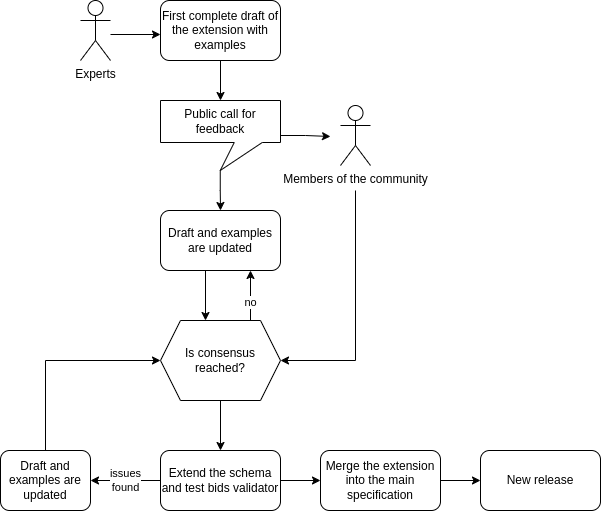
Earlier version of the draw.io export docs/assets/img/bep_process.png (bids-standard/bids-extensions). Source tidied: cells renumbered, new cells last; positions are measured from the earlier drawing's top-left corner, leaving out a move shared by most shapes. Source of this version:
```xml
<mxGraphModel>
  <root>
    <mxCell id="0" />
    <mxCell id="1" parent="0" />
    <mxCell id="2" value="Experts" style="shape=umlActor;verticalLabelPosition=bottom;verticalAlign=top;html=1;" parent="1" vertex="1">
      <mxGeometry x="80" width="30" height="60" as="geometry" />
    </mxCell>
    <mxCell id="3" style="edgeStyle=orthogonalEdgeStyle;rounded=0;jettySize=auto;html=1;exitX=0.5;exitY=1;exitDx=0;exitDy=0;" parent="1" edge="1" source="4" target="7">
      <mxGeometry relative="1" as="geometry" />
    </mxCell>
    <mxCell id="4" value="First complete draft of the extension with examples" style="rounded=1;whiteSpace=wrap;html=1;" parent="1" vertex="1">
      <mxGeometry x="160" width="120" height="60" as="geometry" />
    </mxCell>
    <mxCell id="5" style="edgeStyle=orthogonalEdgeStyle;rounded=0;jettySize=auto;html=1;" parent="1" edge="1" source="7">
      <mxGeometry relative="1" as="geometry">
        <mxPoint x="330" y="135" as="targetPoint" />
        <Array as="points">
          <mxPoint x="305" y="135" />
          <mxPoint x="330" y="136" />
        </Array>
      </mxGeometry>
    </mxCell>
    <mxCell id="6" style="edgeStyle=orthogonalEdgeStyle;rounded=0;jettySize=auto;html=1;exitX=0;exitY=0;exitDx=59.75;exitDy=70;exitPerimeter=0;entryX=0.5;entryY=0;entryDx=0;entryDy=0;" parent="1" edge="1" source="7" target="13">
      <mxGeometry relative="1" as="geometry" />
    </mxCell>
    <mxCell id="7" value="Public call for feedback" style="whiteSpace=wrap;html=1;shape=mxgraph.basic.rectCallout;dx=87.75;dy=28;boundedLbl=1;" parent="1" vertex="1">
      <mxGeometry x="160" y="100" width="120" height="70" as="geometry" />
    </mxCell>
    <mxCell id="8" style="edgeStyle=orthogonalEdgeStyle;rounded=0;jettySize=auto;html=1;entryX=1;entryY=0.5;entryDx=0;entryDy=0;" parent="1" edge="1" target="15">
      <mxGeometry relative="1" as="geometry">
        <mxPoint x="355" y="190" as="sourcePoint" />
        <Array as="points">
          <mxPoint x="355" y="360" />
        </Array>
      </mxGeometry>
    </mxCell>
    <mxCell id="9" value="Members of the community" style="shape=umlActor;verticalLabelPosition=bottom;verticalAlign=top;html=1;" parent="1" vertex="1">
      <mxGeometry x="340" y="105" width="30" height="60" as="geometry" />
    </mxCell>
    <mxCell id="10" style="endArrow=classic;html=1;rounded=0;" parent="1" edge="1">
      <mxGeometry relative="1" as="geometry">
        <mxPoint x="110" y="34" as="sourcePoint" />
        <mxPoint x="160" y="34" as="targetPoint" />
      </mxGeometry>
    </mxCell>
    <mxCell id="11" style="edgeStyle=orthogonalEdgeStyle;rounded=0;jettySize=auto;html=1;exitX=0.25;exitY=1;exitDx=0;exitDy=0;entryX=0.375;entryY=0;entryDx=0;entryDy=0;" parent="1" edge="1" source="13" target="15">
      <mxGeometry relative="1" as="geometry">
        <Array as="points">
          <mxPoint x="205" y="250" />
        </Array>
      </mxGeometry>
    </mxCell>
    <mxCell id="12" value="no" style="edgeStyle=orthogonalEdgeStyle;rounded=0;jettySize=auto;html=1;exitX=0.625;exitY=0;exitDx=0;exitDy=0;entryX=0.75;entryY=1;entryDx=0;entryDy=0;" parent="1" edge="1" source="15" target="13">
      <mxGeometry relative="1" as="geometry">
        <Array as="points">
          <mxPoint x="250" y="320" />
        </Array>
      </mxGeometry>
    </mxCell>
    <mxCell id="13" value="Draft and examples are updated" style="rounded=1;whiteSpace=wrap;html=1;" parent="1" vertex="1">
      <mxGeometry x="160" y="210" width="120" height="60" as="geometry" />
    </mxCell>
    <mxCell id="14" style="edgeStyle=orthogonalEdgeStyle;rounded=0;jettySize=auto;html=1;exitX=0.5;exitY=1;exitDx=0;exitDy=0;entryX=0.5;entryY=0;entryDx=0;entryDy=0;" parent="1" edge="1" source="15" target="18">
      <mxGeometry relative="1" as="geometry" />
    </mxCell>
    <mxCell id="15" value="Is consensus reached?" style="shape=hexagon;perimeter=hexagonPerimeter2;whiteSpace=wrap;html=1;fixedSize=1;" parent="1" vertex="1">
      <mxGeometry x="160" y="320" width="120" height="80" as="geometry" />
    </mxCell>
    <mxCell id="16" style="edgeStyle=orthogonalEdgeStyle;rounded=0;jettySize=auto;html=1;" parent="1" edge="1" source="18" target="22">
      <mxGeometry relative="1" as="geometry" />
    </mxCell>
    <mxCell id="17" value="issues&lt;br&gt;found" style="edgeStyle=orthogonalEdgeStyle;rounded=0;jettySize=auto;html=1;exitX=0;exitY=0.5;exitDx=0;exitDy=0;entryX=1;entryY=0.5;entryDx=0;entryDy=0;" parent="1" edge="1" source="18" target="20">
      <mxGeometry relative="1" as="geometry" />
    </mxCell>
    <mxCell id="18" value="Extend the schema and test bids validator" style="rounded=1;whiteSpace=wrap;html=1;" parent="1" vertex="1">
      <mxGeometry x="160" y="450" width="120" height="60" as="geometry" />
    </mxCell>
    <mxCell id="19" style="edgeStyle=orthogonalEdgeStyle;rounded=0;jettySize=auto;html=1;exitX=0.5;exitY=0;exitDx=0;exitDy=0;entryX=0;entryY=0.5;entryDx=0;entryDy=0;" parent="1" edge="1" source="20" target="15">
      <mxGeometry relative="1" as="geometry" />
    </mxCell>
    <mxCell id="20" value="Draft and examples are updated" style="rounded=1;whiteSpace=wrap;html=1;" parent="1" vertex="1">
      <mxGeometry y="450" width="90" height="60" as="geometry" />
    </mxCell>
    <mxCell id="21" style="edgeStyle=orthogonalEdgeStyle;rounded=0;jettySize=auto;html=1;exitX=1;exitY=0.5;exitDx=0;exitDy=0;entryX=0;entryY=0.5;entryDx=0;entryDy=0;" parent="1" edge="1" source="22" target="23">
      <mxGeometry relative="1" as="geometry" />
    </mxCell>
    <mxCell id="22" value="Merge the extension into the main specification" style="rounded=1;whiteSpace=wrap;html=1;" parent="1" vertex="1">
      <mxGeometry x="320" y="450" width="120" height="60" as="geometry" />
    </mxCell>
    <mxCell id="23" value="New release" style="rounded=1;whiteSpace=wrap;html=1;" parent="1" vertex="1">
      <mxGeometry x="480" y="450" width="120" height="60" as="geometry" />
    </mxCell>
  </root>
</mxGraphModel>
```
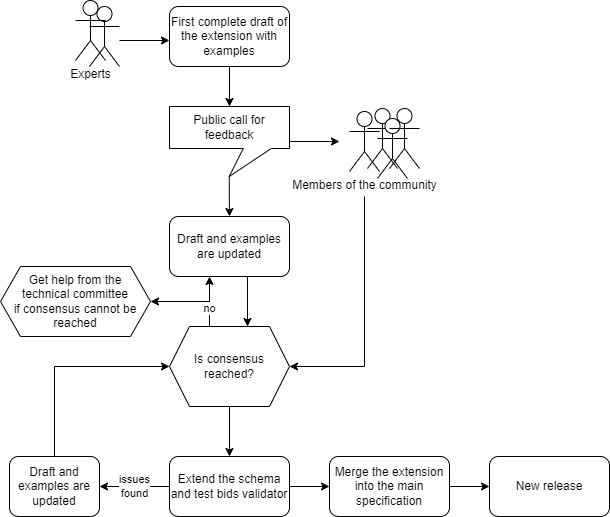
Later version of the same file.

Commit message:
add technical committee

What changed in the source:
```diff
@@ -2,7 +2,7 @@
   <root>
     <mxCell id="0" />
     <mxCell id="1" parent="0" />
-    <mxCell id="2" value="Experts" style="shape=umlActor;verticalLabelPosition=bottom;verticalAlign=top;html=1;" parent="1" vertex="1">
+    <mxCell id="2" style="shape=umlActor;verticalLabelPosition=bottom;verticalAlign=top;html=1;" parent="1" vertex="1">
       <mxGeometry x="80" width="30" height="60" as="geometry" />
     </mxCell>
     <mxCell id="3" style="edgeStyle=orthogonalEdgeStyle;rounded=0;jettySize=auto;html=1;exitX=0.5;exitY=1;exitDx=0;exitDy=0;" parent="1" edge="1" source="4" target="7">
@@ -15,8 +15,8 @@
       <mxGeometry relative="1" as="geometry">
         <mxPoint x="330" y="135" as="targetPoint" />
         <Array as="points">
-          <mxPoint x="305" y="135" />
-          <mxPoint x="330" y="136" />
+          <mxPoint x="320" y="135" />
+          <mxPoint x="320" y="135" />
         </Array>
       </mxGeometry>
     </mxCell>
@@ -43,17 +43,21 @@
         <mxPoint x="160" y="34" as="targetPoint" />
       </mxGeometry>
     </mxCell>
-    <mxCell id="11" style="edgeStyle=orthogonalEdgeStyle;rounded=0;jettySize=auto;html=1;exitX=0.25;exitY=1;exitDx=0;exitDy=0;entryX=0.375;entryY=0;entryDx=0;entryDy=0;" parent="1" edge="1" source="13" target="15">
+    <mxCell id="11" style="edgeStyle=orthogonalEdgeStyle;rounded=0;orthogonalLoop=1;jettySize=auto;html=1;exitX=0.25;exitY=1;exitDx=0;exitDy=0;entryX=0.375;entryY=0;entryDx=0;entryDy=0;" parent="1" edge="1">
       <mxGeometry relative="1" as="geometry">
+        <mxPoint x="223" y="270" as="sourcePoint" />
+        <mxPoint x="238" y="320" as="targetPoint" />
         <Array as="points">
-          <mxPoint x="205" y="250" />
+          <mxPoint x="238" y="250" />
         </Array>
       </mxGeometry>
     </mxCell>
-    <mxCell id="12" value="no" style="edgeStyle=orthogonalEdgeStyle;rounded=0;jettySize=auto;html=1;exitX=0.625;exitY=0;exitDx=0;exitDy=0;entryX=0.75;entryY=1;entryDx=0;entryDy=0;" parent="1" edge="1" source="15" target="13">
+    <mxCell id="12" value="no" style="edgeStyle=orthogonalEdgeStyle;rounded=0;orthogonalLoop=1;jettySize=auto;html=1;exitX=0.625;exitY=0;exitDx=0;exitDy=0;entryX=0.75;entryY=1;entryDx=0;entryDy=0;" parent="1" edge="1">
       <mxGeometry relative="1" as="geometry">
+        <mxPoint x="185" y="320" as="sourcePoint" />
+        <mxPoint x="200" y="270" as="targetPoint" />
         <Array as="points">
-          <mxPoint x="250" y="320" />
+          <mxPoint x="200" y="320" />
         </Array>
       </mxGeometry>
     </mxCell>
@@ -90,5 +94,25 @@
     <mxCell id="23" value="New release" style="rounded=1;whiteSpace=wrap;html=1;" parent="1" vertex="1">
       <mxGeometry x="480" y="450" width="120" height="60" as="geometry" />
     </mxCell>
+    <mxCell id="24" value="Get help from the&lt;br&gt;technical committee&lt;div&gt;if consensus cannot be reached&lt;/div&gt;" style="shape=hexagon;perimeter=hexagonPerimeter2;whiteSpace=wrap;html=1;fixedSize=1;" parent="1" vertex="1">
+      <mxGeometry x="-9" y="260" width="150" height="70" as="geometry" />
+    </mxCell>
+    <mxCell id="25" style="endArrow=classic;html=1;rounded=0;entryX=1;entryY=0.5;entryDx=0;entryDy=0;" parent="1" edge="1" target="24">
+      <mxGeometry relative="1" as="geometry">
+        <mxPoint x="200" y="295" as="sourcePoint" />
+      </mxGeometry>
+    </mxCell>
+    <mxCell id="26" value="Experts" style="shape=umlActor;verticalLabelPosition=bottom;verticalAlign=top;html=1;" parent="1" vertex="1">
+      <mxGeometry x="66" y="-6" width="30" height="60" as="geometry" />
+    </mxCell>
+    <mxCell id="27" style="shape=umlActor;verticalLabelPosition=bottom;verticalAlign=top;html=1;" parent="1" vertex="1">
+      <mxGeometry x="358" y="102" width="30" height="60" as="geometry" />
+    </mxCell>
+    <mxCell id="28" style="shape=umlActor;verticalLabelPosition=bottom;verticalAlign=top;html=1;" parent="1" vertex="1">
+      <mxGeometry x="368" y="112" width="30" height="60" as="geometry" />
+    </mxCell>
+    <mxCell id="29" style="shape=umlActor;verticalLabelPosition=bottom;verticalAlign=top;html=1;" parent="1" vertex="1">
+      <mxGeometry x="380" y="102" width="30" height="60" as="geometry" />
+    </mxCell>
   </root>
 </mxGraphModel>
```
